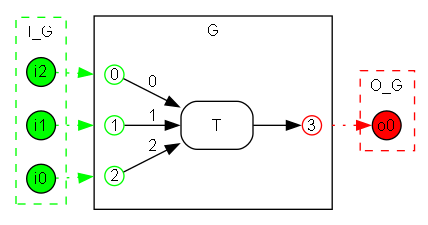
Before: crates/bhyp/images/test_copy_subst_commute/T_replacement_with_interface.png, a diagram exported from Graphviz (ammatsui/bhypvis). Its source is kept beside it as crates/bhyp/images/test_copy_subst_commute/T_replacement_with_interface.dot.
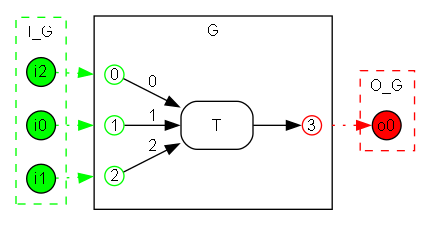
Later version of the same file.

Diff of the diagram source:
```diff
@@ -11,15 +11,15 @@
     style=dashed;
     color="green";
     i2 [label="i2", shape=circle, style=filled, fillcolor="green", width=0.3, height=0.3, fixedsize=true];
+    i0 [label="i0", shape=circle, style=filled, fillcolor="green", width=0.3, height=0.3, fixedsize=true];
     i1 [label="i1", shape=circle, style=filled, fillcolor="green", width=0.3, height=0.3, fixedsize=true];
-    i0 [label="i0", shape=circle, style=filled, fillcolor="green", width=0.3, height=0.3, fixedsize=true];
   }
 
   subgraph cluster_main {
     label="G";
     style=solid;
+    n1 [label="1", shape=circle, style=filled, fillcolor=white, color="green", width=0.2, height=0.2, fixedsize=true];
     n2 [label="2", shape=circle, style=filled, fillcolor=white, color="green", width=0.2, height=0.2, fixedsize=true];
-    n1 [label="1", shape=circle, style=filled, fillcolor=white, color="green", width=0.2, height=0.2, fixedsize=true];
     n0 [label="0", shape=circle, style=filled, fillcolor=white, color="green", width=0.2, height=0.2, fixedsize=true];
     n3 [label="3", shape=circle, style=filled, fillcolor=white, color="red", width=0.2, height=0.2, fixedsize=true];
     e0 [label="T", shape=box, style=rounded, color="black"];
@@ -36,8 +36,8 @@
     o0 [label="o0", shape=circle, style=filled, fillcolor="red", width=0.3, height=0.3, fixedsize=true];
   }
 
+  i0 -> n1 [style=dotted, color="green", label="", lhead=cluster_main];
+  i1 -> n2 [style=dotted, color="green", label="", lhead=cluster_main];
   i2 -> n0 [style=dotted, color="green", label="", lhead=cluster_main];
-  i0 -> n2 [style=dotted, color="green", label="", lhead=cluster_main];
-  i1 -> n1 [style=dotted, color="green", label="", lhead=cluster_main];
   n3 -> o0 [style=dotted, color="red", label="", ltail=cluster_main];
 }
```
